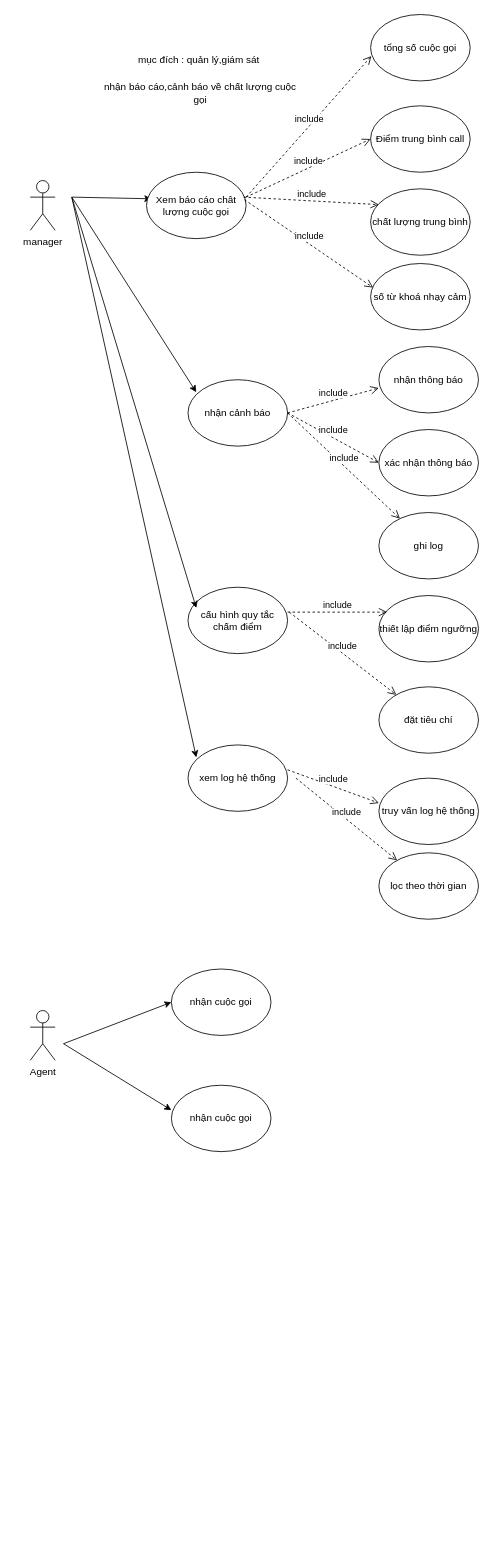
Above: usecasecalldesk.drawio in vuongnd03/black-had (draw.io), before the change. Source tidied: cells renumbered, new cells numbered last; positions are measured from the earlier drawing's top-left corner, leaving out a move shared by most shapes. Both pictures are drawn from the tidied source at 83%, with x=0, y=0 at pixel (30, 14).
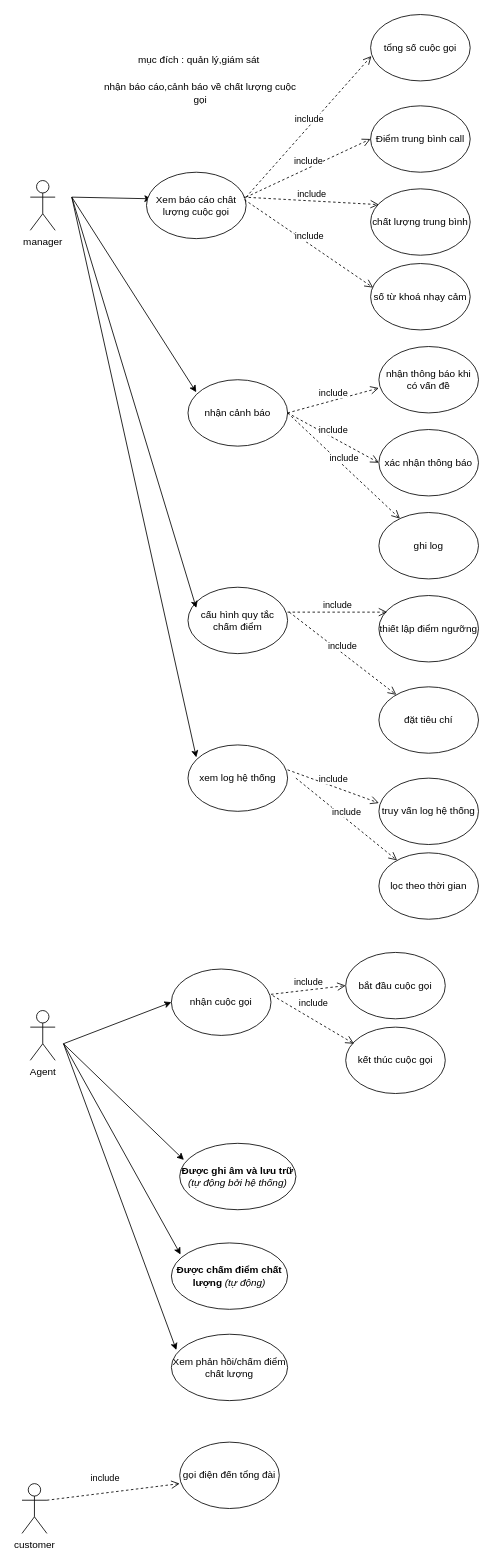
The same page after the edit.

Unchanged cells that the change refers to:
```xml
<mxCell id="37" value="nhận cuộc gọi" style="ellipse;whiteSpace=wrap;html=1;" parent="1" vertex="1">
  <mxGeometry x="170" y="1150" width="120" height="80" as="geometry" />
</mxCell>
```

Diff of the diagram source:
```diff
@@
-    <mxCell id="13" value="nhận thông báo" style="ellipse;whiteSpace=wrap;html=1;" parent="1" vertex="1">
+    <mxCell id="13" value="nhận thông báo khi có vấn đề" style="ellipse;whiteSpace=wrap;html=1;" parent="1" vertex="1">
       <mxGeometry x="420" y="400" width="120" height="80" as="geometry" />
     </mxCell>
@@
-    <mxCell id="38" value="nhận cuộc gọi" style="ellipse;whiteSpace=wrap;html=1;" parent="1" vertex="1">
-      <mxGeometry x="170" y="1290" width="120" height="80" as="geometry" />
+    <mxCell id="38" value="&lt;strong&gt;Được ghi âm và lưu trữ&lt;/strong&gt; &lt;em&gt;(tự động bởi hệ thống)&lt;/em&gt;" style="ellipse;whiteSpace=wrap;html=1;" parent="1" vertex="1">
+      <mxGeometry x="180" y="1360" width="140" height="80" as="geometry" />
     </mxCell>
-    <mxCell id="39" style="endArrow=classic;html=1;rounded=0;entryX=0;entryY=0.5;entryDx=0;entryDy=0;" parent="1" edge="1">
+    <mxCell id="39" style="endArrow=classic;html=1;rounded=0;entryX=0.036;entryY=0.25;entryDx=0;entryDy=0;entryPerimeter=0;" parent="1" edge="1" target="38">
       <mxGeometry relative="1" as="geometry">
         <mxPoint x="40" y="1240" as="sourcePoint" />
-        <mxPoint x="170" y="1320" as="targetPoint" />
       </mxGeometry>
     </mxCell>
+    <mxCell id="40" value="customer" style="shape=umlActor;verticalLabelPosition=bottom;verticalAlign=top;html=1;" parent="1" vertex="1">
+      <mxGeometry x="-10" y="1770" width="30" height="60" as="geometry" />
+    </mxCell>
+    <mxCell id="41" value="&lt;strong&gt;Được chấm điểm chất lượng&lt;/strong&gt; &lt;em&gt;(tự động)&lt;/em&gt;" style="ellipse;whiteSpace=wrap;html=1;" parent="1" vertex="1">
+      <mxGeometry x="170" y="1480" width="140" height="80" as="geometry" />
+    </mxCell>
+    <mxCell id="42" value="Xem phản hồi/chấm điểm chất lượng" style="ellipse;whiteSpace=wrap;html=1;" parent="1" vertex="1">
+      <mxGeometry x="170" y="1590" width="140" height="80" as="geometry" />
+    </mxCell>
+    <mxCell id="43" style="endArrow=classic;html=1;rounded=0;entryX=0.079;entryY=0.175;entryDx=0;entryDy=0;entryPerimeter=0;" parent="1" edge="1" target="41">
+      <mxGeometry relative="1" as="geometry">
+        <mxPoint x="40" y="1240" as="sourcePoint" />
+      </mxGeometry>
+    </mxCell>
+    <mxCell id="44" style="endArrow=classic;html=1;rounded=0;entryX=0.043;entryY=0.238;entryDx=0;entryDy=0;entryPerimeter=0;" parent="1" edge="1" target="42">
+      <mxGeometry relative="1" as="geometry">
+        <mxPoint x="40" y="1240" as="sourcePoint" />
+      </mxGeometry>
+    </mxCell>
+    <mxCell id="45" value="include" style="html=1;verticalAlign=bottom;endArrow=open;dashed=1;endSize=8;curved=0;rounded=0;" parent="1" edge="1">
+      <mxGeometry relative="1" as="geometry">
+        <mxPoint x="290" y="1180.5" as="sourcePoint" />
+        <mxPoint x="380" y="1170" as="targetPoint" />
+      </mxGeometry>
+    </mxCell>
+    <mxCell id="46" value="bắt đầu cuộc gọi" style="ellipse;whiteSpace=wrap;html=1;" parent="1" vertex="1">
+      <mxGeometry x="380" y="1130" width="120" height="80" as="geometry" />
+    </mxCell>
+    <mxCell id="47" value="kết thúc cuộc gọi" style="ellipse;whiteSpace=wrap;html=1;" parent="1" vertex="1">
+      <mxGeometry x="380" y="1220" width="120" height="80" as="geometry" />
+    </mxCell>
+    <mxCell id="48" value="include" style="html=1;verticalAlign=bottom;endArrow=open;dashed=1;endSize=8;curved=0;rounded=0;exitX=1.017;exitY=0.4;exitDx=0;exitDy=0;exitPerimeter=0;" parent="1" edge="1" source="37">
+      <mxGeometry x="-0.11" y="9" relative="1" as="geometry">
+        <mxPoint x="390" y="1240" as="targetPoint" />
+      </mxGeometry>
+    </mxCell>
+    <mxCell id="49" value="gọi điện đến tổng đài" style="ellipse;whiteSpace=wrap;html=1;" parent="1" vertex="1">
+      <mxGeometry x="180" y="1720" width="120" height="80" as="geometry" />
+    </mxCell>
+    <mxCell id="50" value="include" style="html=1;verticalAlign=bottom;endArrow=open;dashed=1;endSize=8;curved=0;rounded=0;exitX=1.017;exitY=0.4;exitDx=0;exitDy=0;exitPerimeter=0;entryX=0;entryY=0.625;entryDx=0;entryDy=0;entryPerimeter=0;" parent="1" edge="1" target="49">
+      <mxGeometry x="-0.11" y="9" relative="1" as="geometry">
+        <mxPoint x="20" y="1790" as="sourcePoint" />
+      </mxGeometry>
+    </mxCell>
```
